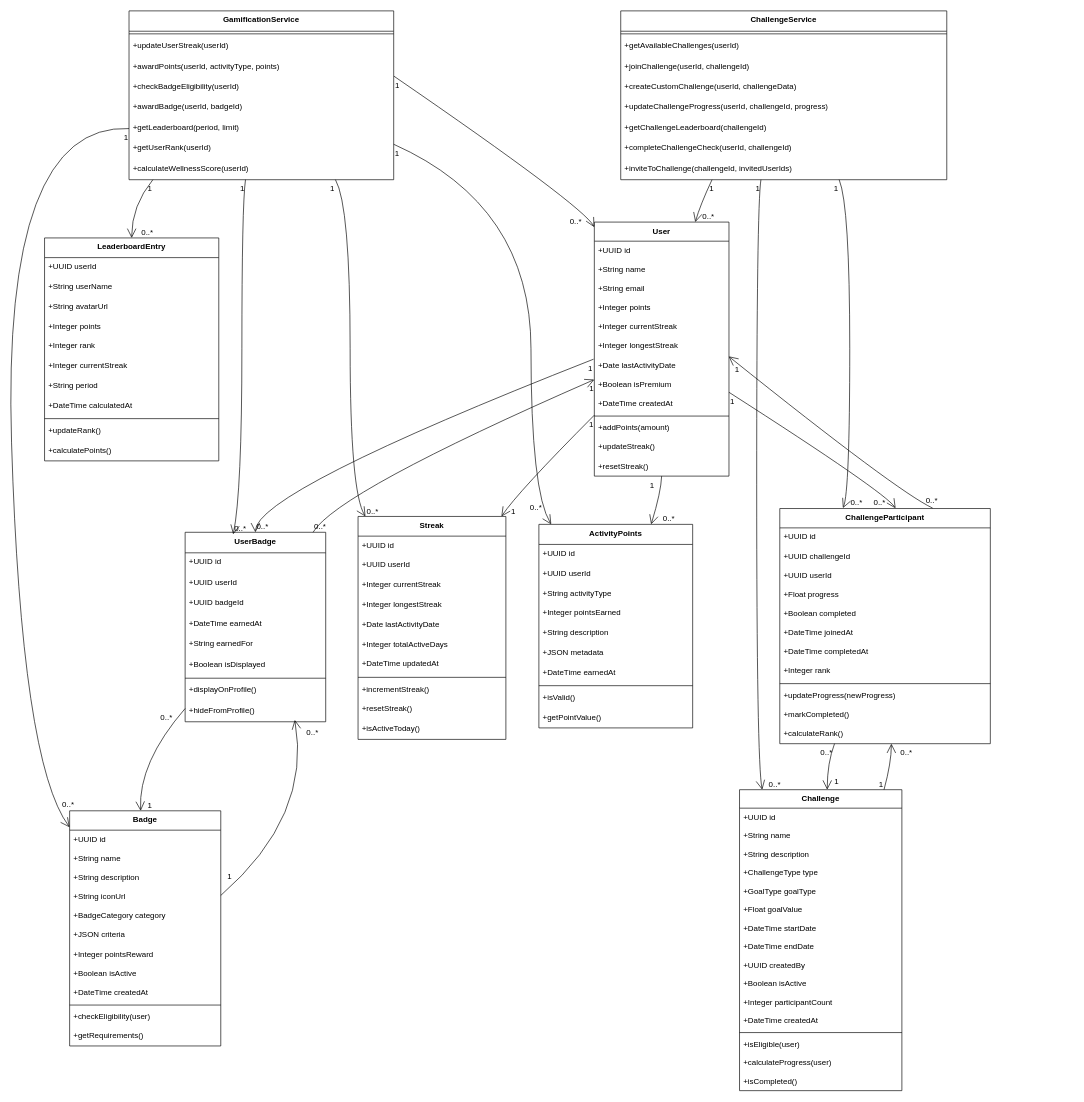
Above: documents/Artifact Diagrams/Challenge and Gamification/ChallengeandGame_Class.drawio in lujamanandhar/FYP (draw.io), before the change. Source tidied: cells renumbered, new cells numbered last; positions are measured from the earlier drawing's top-left corner, leaving out a move shared by most shapes. Both pictures are drawn from the tidied source at 66%, with x=0, y=0 at pixel (1, 11).
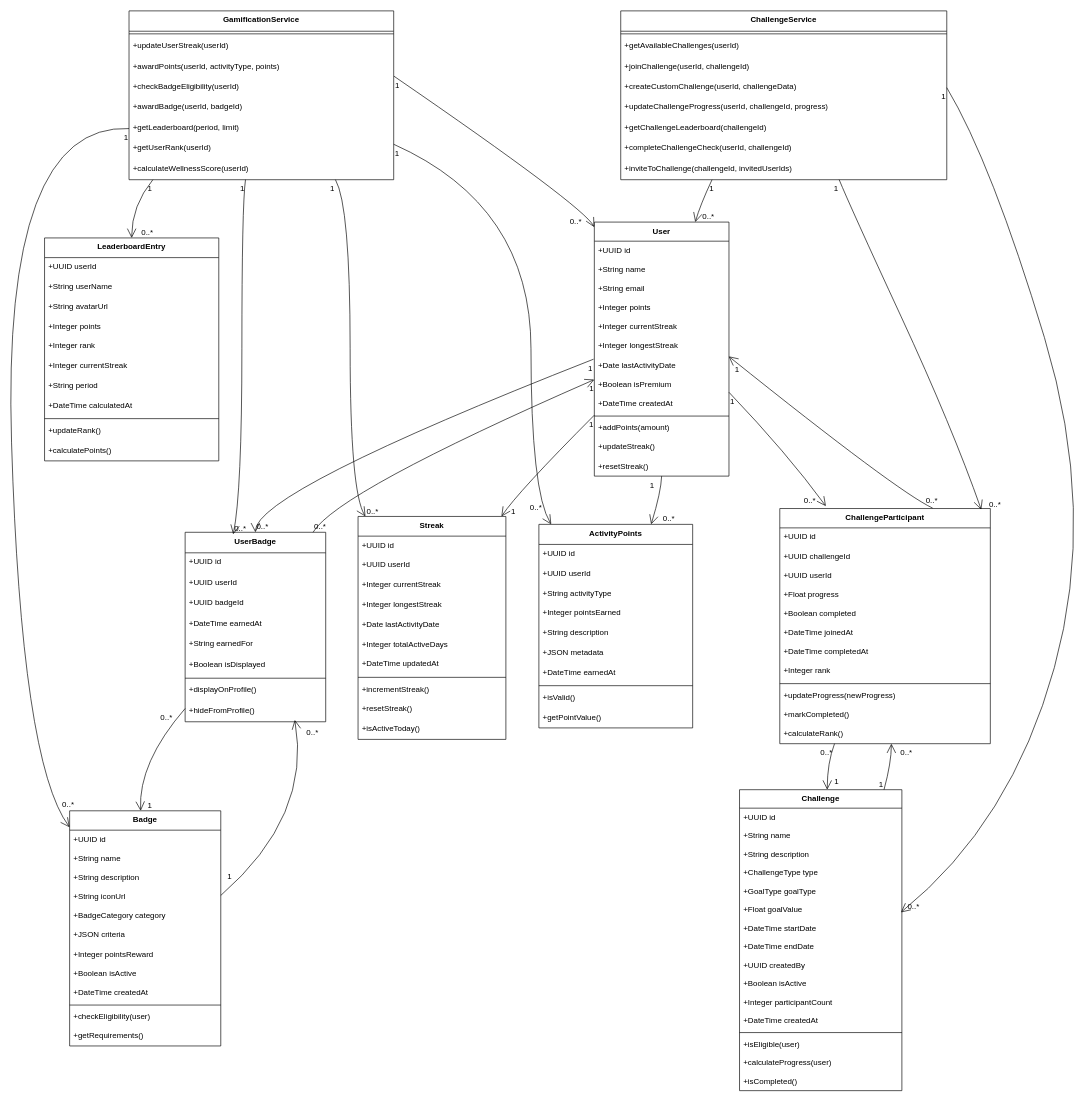
The same page after the edit.

Unchanged cells that the change refers to:
```xml
<mxCell id="11" value="ChallengeService" style="swimlane;fontStyle=1;align=center;verticalAlign=top;horizontal=1;startSize=30.823529411764707;" parent="1" vertex="1">
  <mxGeometry x="938" width="494" height="255.8" as="geometry" />
</mxCell>
<mxCell id="15" value="+createCustomChallenge(userId, challengeData)" style="text;strokeColor=none;fillColor=none;align=left;verticalAlign=top;spacingLeft=4;spacingRight=4;overflow=hidden;points=[[0,0.5],[1,0.5]];portConstraint=eastwest;" parent="11" vertex="1">
  <mxGeometry y="100.8" width="494" height="31" as="geometry" />
</mxCell>
<mxCell id="20" value="User" style="swimlane;fontStyle=1;align=center;verticalAlign=top;horizontal=1;startSize=28.923076923076923;" parent="1" vertex="1">
  <mxGeometry x="898" y="320" width="204" height="384.9" as="geometry" />
</mxCell>
<mxCell id="34" value="Challenge" style="swimlane;fontStyle=1;align=center;verticalAlign=top;horizontal=1;startSize=28;" parent="1" vertex="1">
  <mxGeometry x="1118" y="1180" width="246" height="456" as="geometry" />
</mxCell>
<mxCell id="39" value="+GoalType goalType" style="text;strokeColor=none;fillColor=none;align=left;verticalAlign=top;spacingLeft=4;spacingRight=4;overflow=hidden;points=[[0,0.5],[1,0.5]];portConstraint=eastwest;" parent="34" vertex="1">
  <mxGeometry y="140" width="246" height="28" as="geometry" />
</mxCell>
<mxCell id="51" value="ChallengeParticipant" style="swimlane;fontStyle=1;align=center;verticalAlign=top;horizontal=1;startSize=29.333333333333332;" parent="1" vertex="1">
  <mxGeometry x="1179" y="754" width="319" height="356.3" as="geometry" />
</mxCell>
```

The edit, as a diff of the source:
```diff
@@
-    <mxCell id="140" style="curved=1;startArrow=none;endArrow=open;endSize=12;exitX=0.43;exitY=1;entryX=0.14;entryY=0;rounded=0;" parent="1" edge="1" source="11" target="34">
+    <mxCell id="140" style="curved=1;startArrow=none;endArrow=open;endSize=12;exitX=1;exitY=0.5;entryX=0.994;entryY=1.638;rounded=0;entryDx=0;entryDy=0;entryPerimeter=0;exitDx=0;exitDy=0;" parent="1" edge="1" source="15" target="39">
       <mxGeometry relative="1" as="geometry">
         <Array as="points">
-          <mxPoint x="1144" y="295" />
-          <mxPoint x="1144" y="1139" />
+          <mxPoint x="1500" y="230" />
+          <mxPoint x="1660" y="760" />
+          <mxPoint x="1530" y="1230" />
         </Array>
       </mxGeometry>
     </mxCell>
@@
-    <mxCell id="143" style="curved=1;startArrow=none;endArrow=open;endSize=12;exitX=0.67;exitY=1;entryX=0.3;entryY=-0.002;rounded=0;entryDx=0;entryDy=0;entryPerimeter=0;" parent="1" edge="1" source="11" target="51">
+    <mxCell id="143" style="curved=1;startArrow=none;endArrow=open;endSize=12;exitX=0.67;exitY=1;entryX=0.957;entryY=0.005;rounded=0;entryDx=0;entryDy=0;entryPerimeter=0;" parent="1" edge="1" source="11" target="51">
       <mxGeometry relative="1" as="geometry">
         <Array as="points">
           <mxPoint x="1285" y="295" />
-          <mxPoint x="1285" y="729" />
+          <mxPoint x="1440" y="630" />
         </Array>
       </mxGeometry>
     </mxCell>
@@
-    <mxCell id="158" style="curved=1;startArrow=none;endArrow=open;endSize=12;exitX=1;exitY=0.67;entryX=0.55;entryY=-0.001;rounded=0;entryDx=0;entryDy=0;entryPerimeter=0;" parent="1" edge="1" source="20" target="51">
+    <mxCell id="158" style="curved=1;startArrow=none;endArrow=open;endSize=12;exitX=1;exitY=0.67;entryX=0.219;entryY=-0.01;rounded=0;entryDx=0;entryDy=0;entryPerimeter=0;" parent="1" edge="1" source="20" target="51">
       <mxGeometry relative="1" as="geometry">
         <Array as="points">
-          <mxPoint x="1338" y="729" />
+          <mxPoint x="1190" y="670" />
         </Array>
       </mxGeometry>
     </mxCell>
```
